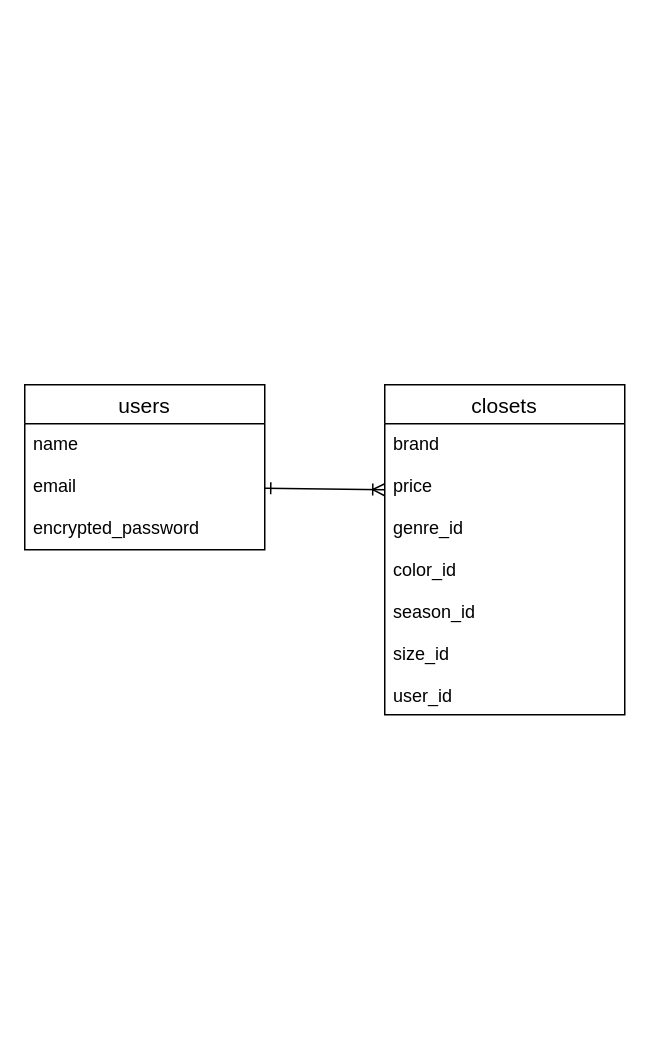
Above: ER.dio in Tsukumo290/app-38322 (draw.io), before the change. Source tidied: cells renumbered, new cells numbered last; positions are measured from the earlier drawing's top-left corner, leaving out a move shared by most shapes. Both pictures are drawn from the tidied source at 150%, with x=0, y=0 at pixel (24, 384).
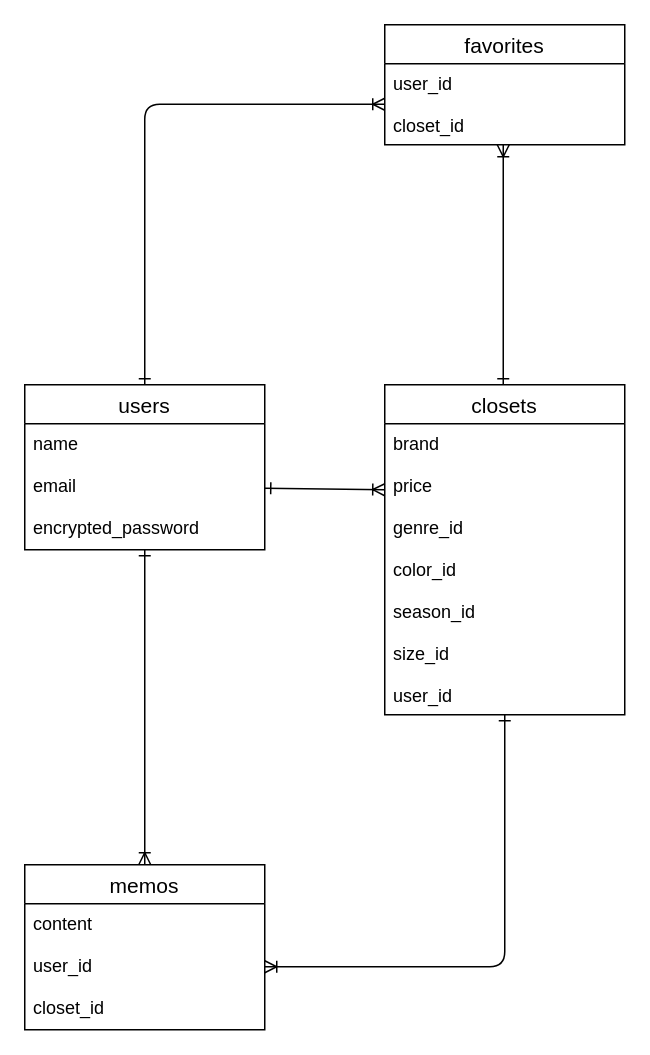
The same page after the edit.

Change to the diagram source:
```diff
@@
 <mxGraphModel>
   <root>
     <mxCell id="0" />
     <mxCell id="1" parent="0" />
+    <mxCell id="7" style="edgeStyle=none;html=1;entryX=0;entryY=0.5;entryDx=0;entryDy=0;startArrow=ERone;startFill=0;endArrow=ERoneToMany;endFill=0;" parent="1" edge="1" source="2" target="13">
+      <mxGeometry relative="1" as="geometry">
+        <Array as="points">
+          <mxPoint x="80" y="-187" />
+        </Array>
+      </mxGeometry>
+    </mxCell>
     <mxCell id="2" value="users" style="swimlane;fontStyle=0;horizontal=1;startSize=26;align=center;fontSize=14;" parent="1" vertex="1">
       <mxGeometry width="160" height="110" as="geometry" />
     </mxCell>
     <mxCell id="3" value="name&#10;&#10;email&#10;&#10;encrypted_password" style="text;strokeColor=none;fillColor=none;spacingLeft=4;spacingRight=4;overflow=hidden;points=[[0,0.5],[1,0.5]];portConstraint=eastwest;fontSize=12;" parent="2" vertex="1">
       <mxGeometry y="26" width="160" height="84" as="geometry" />
     </mxCell>
     <mxCell id="4" value="closets" style="swimlane;fontStyle=0;horizontal=1;startSize=26;align=center;fontSize=14;" parent="1" vertex="1">
       <mxGeometry x="240" width="160" height="220" as="geometry" />
     </mxCell>
     <mxCell id="5" value="brand&#10;&#10;price&#10;&#10;genre_id&#10;&#10;color_id&#10;&#10;season_id&#10;&#10;size_id&#10;&#10;user_id" style="text;strokeColor=none;fillColor=none;spacingLeft=4;spacingRight=4;overflow=hidden;points=[[0,0.5],[1,0.5]];portConstraint=eastwest;fontSize=12;" parent="4" vertex="1">
       <mxGeometry y="26" width="160" height="194" as="geometry" />
     </mxCell>
     <mxCell id="6" style="edgeStyle=none;html=1;startArrow=ERone;startFill=0;endArrow=ERoneToMany;endFill=0;" parent="1" edge="1" source="3">
       <mxGeometry relative="1" as="geometry">
         <mxPoint x="240" y="70" as="targetPoint" />
       </mxGeometry>
     </mxCell>
+    <mxCell id="8" value="memos" style="swimlane;fontStyle=0;horizontal=1;startSize=26;align=center;fontSize=14;" parent="1" vertex="1">
+      <mxGeometry y="320" width="160" height="110" as="geometry" />
+    </mxCell>
+    <mxCell id="9" value="content&#10;&#10;user_id&#10;&#10;closet_id" style="text;strokeColor=none;fillColor=none;spacingLeft=4;spacingRight=4;overflow=hidden;points=[[0,0.5],[1,0.5]];portConstraint=eastwest;fontSize=12;" parent="8" vertex="1">
+      <mxGeometry y="26" width="160" height="84" as="geometry" />
+    </mxCell>
+    <mxCell id="10" style="edgeStyle=none;html=1;entryX=0.5;entryY=0;entryDx=0;entryDy=0;endArrow=ERoneToMany;endFill=0;startArrow=ERone;startFill=0;" parent="1" edge="1" source="3" target="8">
+      <mxGeometry relative="1" as="geometry" />
+    </mxCell>
+    <mxCell id="11" style="edgeStyle=none;html=1;entryX=1;entryY=0.5;entryDx=0;entryDy=0;endArrow=ERoneToMany;endFill=0;startArrow=ERone;startFill=0;" parent="1" edge="1" source="5" target="9">
+      <mxGeometry relative="1" as="geometry">
+        <Array as="points">
+          <mxPoint x="320" y="388" />
+        </Array>
+      </mxGeometry>
+    </mxCell>
+    <mxCell id="12" value="favorites" style="swimlane;fontStyle=0;horizontal=1;startSize=26;align=center;fontSize=14;" parent="1" vertex="1">
+      <mxGeometry x="240" y="-240" width="160" height="80" as="geometry" />
+    </mxCell>
+    <mxCell id="13" value="user_id&#10;&#10;closet_id" style="text;strokeColor=none;fillColor=none;spacingLeft=4;spacingRight=4;overflow=hidden;points=[[0,0.5],[1,0.5]];portConstraint=eastwest;fontSize=12;" parent="12" vertex="1">
+      <mxGeometry y="26" width="160" height="54" as="geometry" />
+    </mxCell>
+    <mxCell id="14" style="edgeStyle=none;html=1;startArrow=ERone;startFill=0;endArrow=ERoneToMany;endFill=0;" parent="1" edge="1">
+      <mxGeometry relative="1" as="geometry">
+        <mxPoint x="319" as="sourcePoint" />
+        <mxPoint x="319" y="-160" as="targetPoint" />
+      </mxGeometry>
+    </mxCell>
   </root>
 </mxGraphModel>
```
